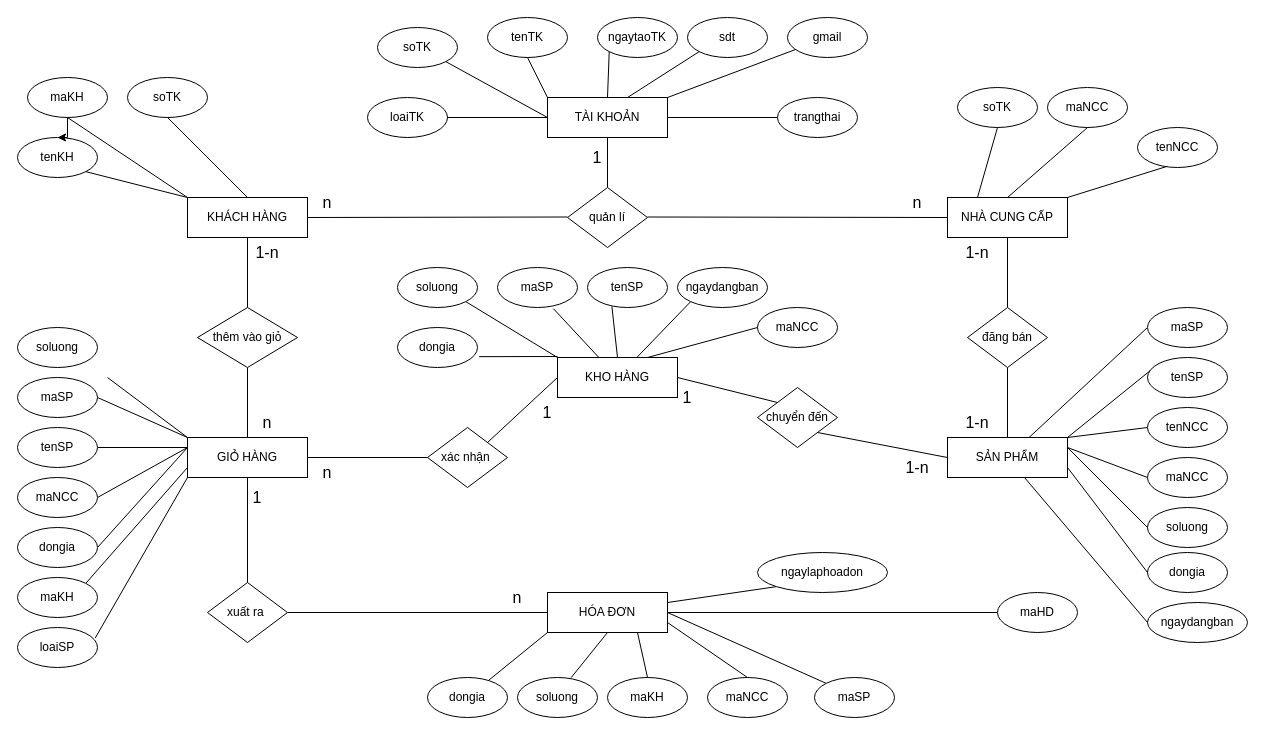
Earlier version of the draw.io diagram page "ERD" (2 of 4) of classdiagram.drawio (trucka312/diagram). Source tidied: cells renumbered, new cells numbered last; positions are measured from the earlier drawing's top-left corner, leaving out a move shared by most shapes. Both pictures are drawn from the tidied source at 100%, with x=0, y=0 at pixel (17, 17).
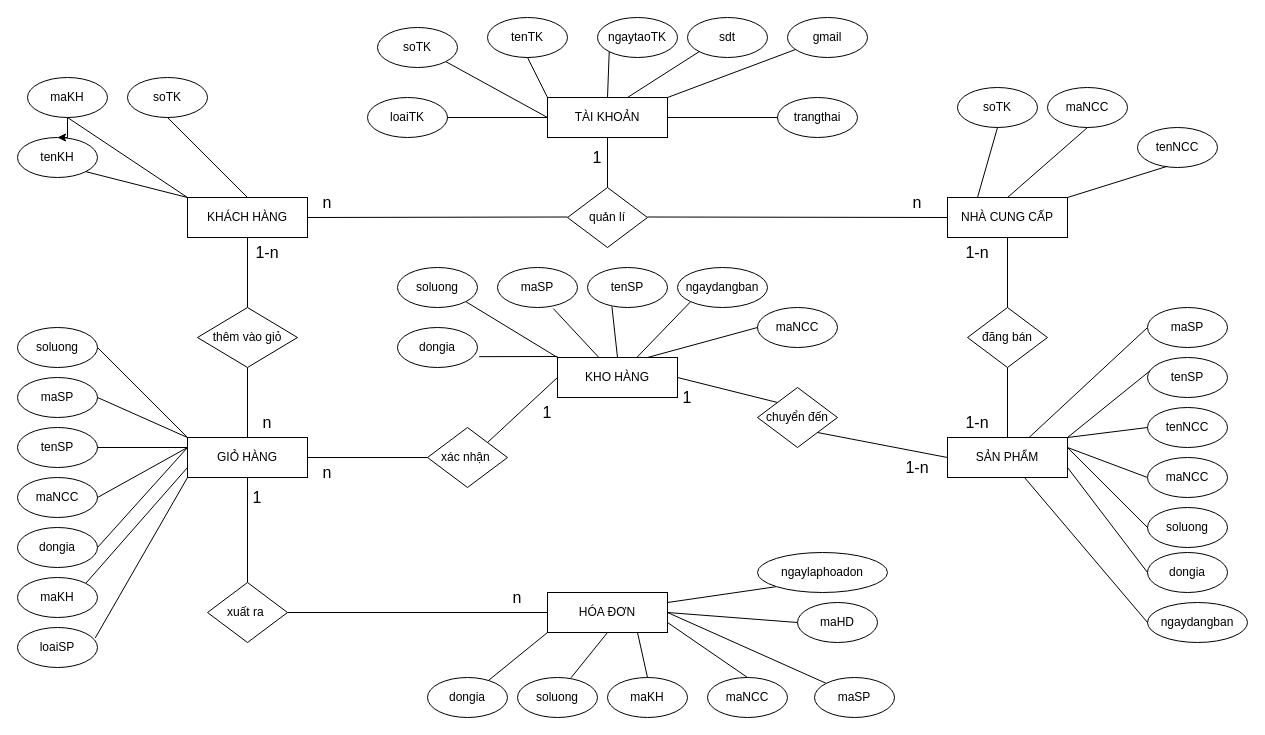
The same page after the edit.

Commit message:
Cập nhật classdiagram.drawio

Unchanged cells that the change refers to:
```xml
<mxCell id="35" value="GIỎ HÀNG" style="rounded=0;whiteSpace=wrap;html=1;" parent="1" vertex="1">
  <mxGeometry x="170" y="420" width="120" height="40" as="geometry" />
</mxCell>
<mxCell id="104" value="soluong" style="ellipse;whiteSpace=wrap;html=1;" parent="1" vertex="1">
  <mxGeometry y="310" width="80" height="40" as="geometry" />
</mxCell>
```

Change to the diagram source:
```diff
@@
-    <mxCell id="54" style="endArrow=none;html=1;rounded=0;exitX=0;exitY=0;exitDx=0;exitDy=0;" parent="1" edge="1" source="35">
-      <mxGeometry relative="1" as="geometry">
-        <mxPoint x="90" y="360" as="targetPoint" />
-      </mxGeometry>
+    <mxCell id="54" style="endArrow=none;html=1;rounded=0;exitX=0;exitY=0;exitDx=0;exitDy=0;entryX=1;entryY=0.5;entryDx=0;entryDy=0;" parent="1" edge="1" source="35" target="104">
+      <mxGeometry relative="1" as="geometry" />
     </mxCell>
@@
     <mxCell id="80" value="maHD" style="ellipse;whiteSpace=wrap;html=1;" parent="1" vertex="1">
-      <mxGeometry x="980" y="575" width="80" height="40" as="geometry" />
+      <mxGeometry x="780" y="585" width="80" height="40" as="geometry" />
     </mxCell>
```
